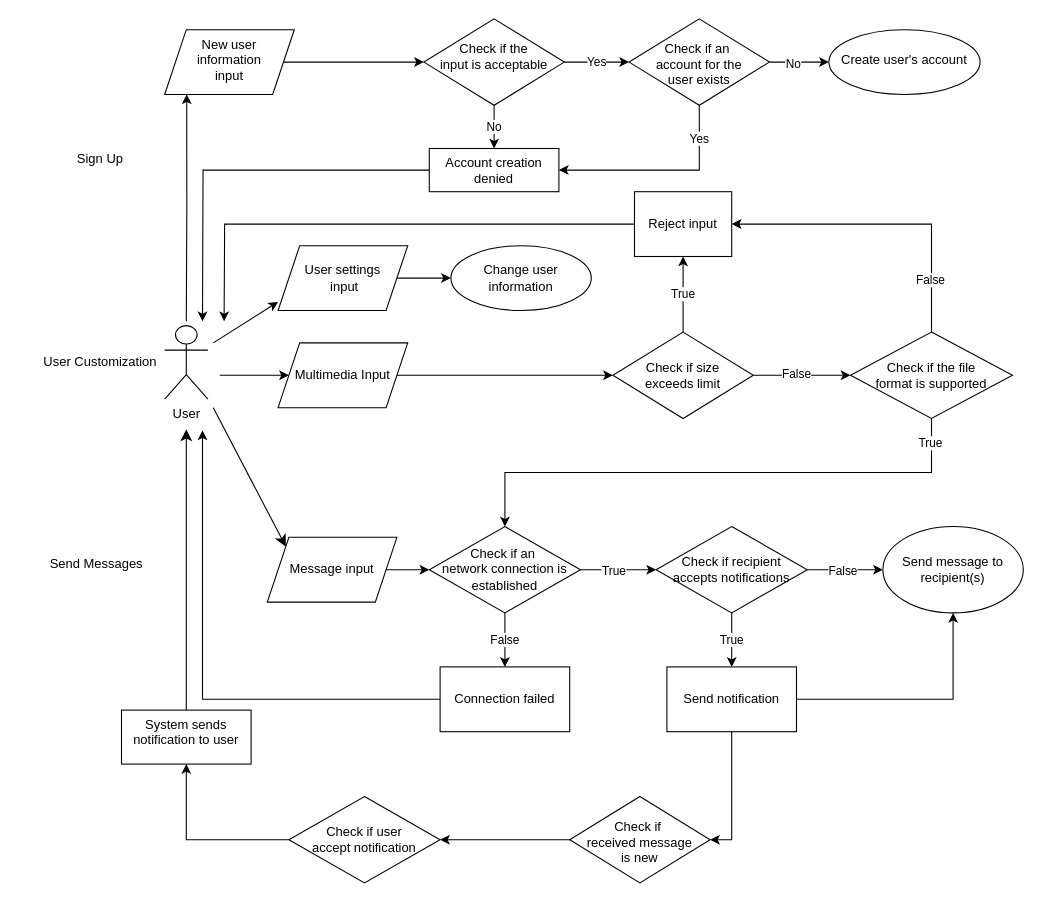
Before: context.drawio in M4RL1M/CPSC-362-Chat-App-Project, a draw.io diagram. Source tidied: cells renumbered, new cells numbered last; positions are measured from the earlier drawing's top-left corner, leaving out a move shared by most shapes. Both pictures are drawn from the tidied source at 108%, with x=0, y=0 at pixel (18, 18).
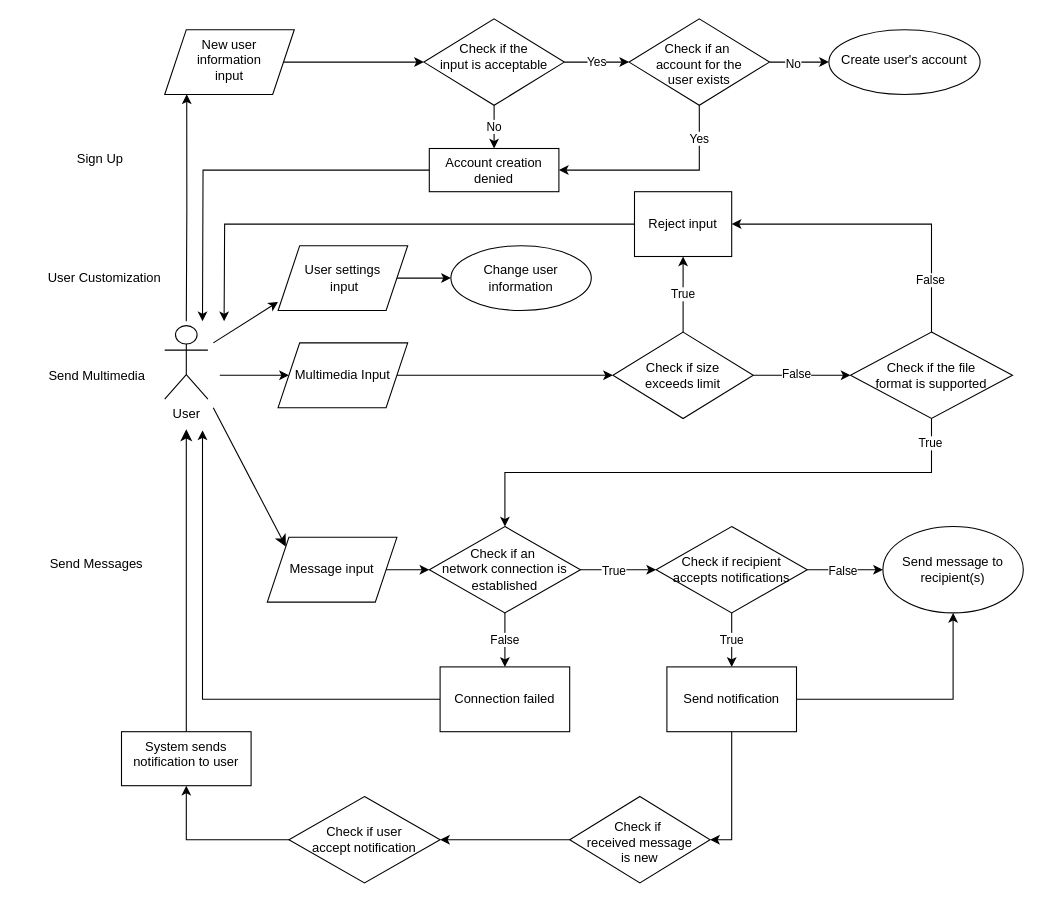
The same page after the edit.

Commit message:
Activity Groupings Update context.drawio

The edit, as a diff of the source:
```diff
@@
     <mxCell id="13" value="User Customization" style="text;html=1;align=center;verticalAlign=middle;strokeColor=none;fillColor=none;" parent="1" vertex="1">
-      <mxGeometry x="10" y="303" width="130" height="30" as="geometry" />
+      <mxGeometry x="14" y="225" width="130" height="30" as="geometry" />
     </mxCell>
@@
     <mxCell id="43" value="&lt;div&gt;&lt;span style=&quot;background-color: initial;&quot;&gt;System sends&lt;/span&gt;&lt;/div&gt;&lt;div&gt;&lt;span style=&quot;background-color: initial;&quot;&gt;notification to user&lt;/span&gt;&lt;/div&gt;" style="whiteSpace=wrap;html=1;verticalAlign=top;" parent="1" vertex="1">
-      <mxGeometry x="95" y="640" width="120" height="50" as="geometry" />
+      <mxGeometry x="95" y="660" width="120" height="50" as="geometry" />
     </mxCell>
@@
+    <mxCell id="61" value="Send Multimedia" style="text;html=1;align=center;verticalAlign=middle;strokeColor=none;fillColor=none;" parent="1" vertex="1">
+      <mxGeometry x="17" y="316" width="110" height="30" as="geometry" />
+    </mxCell>
```
